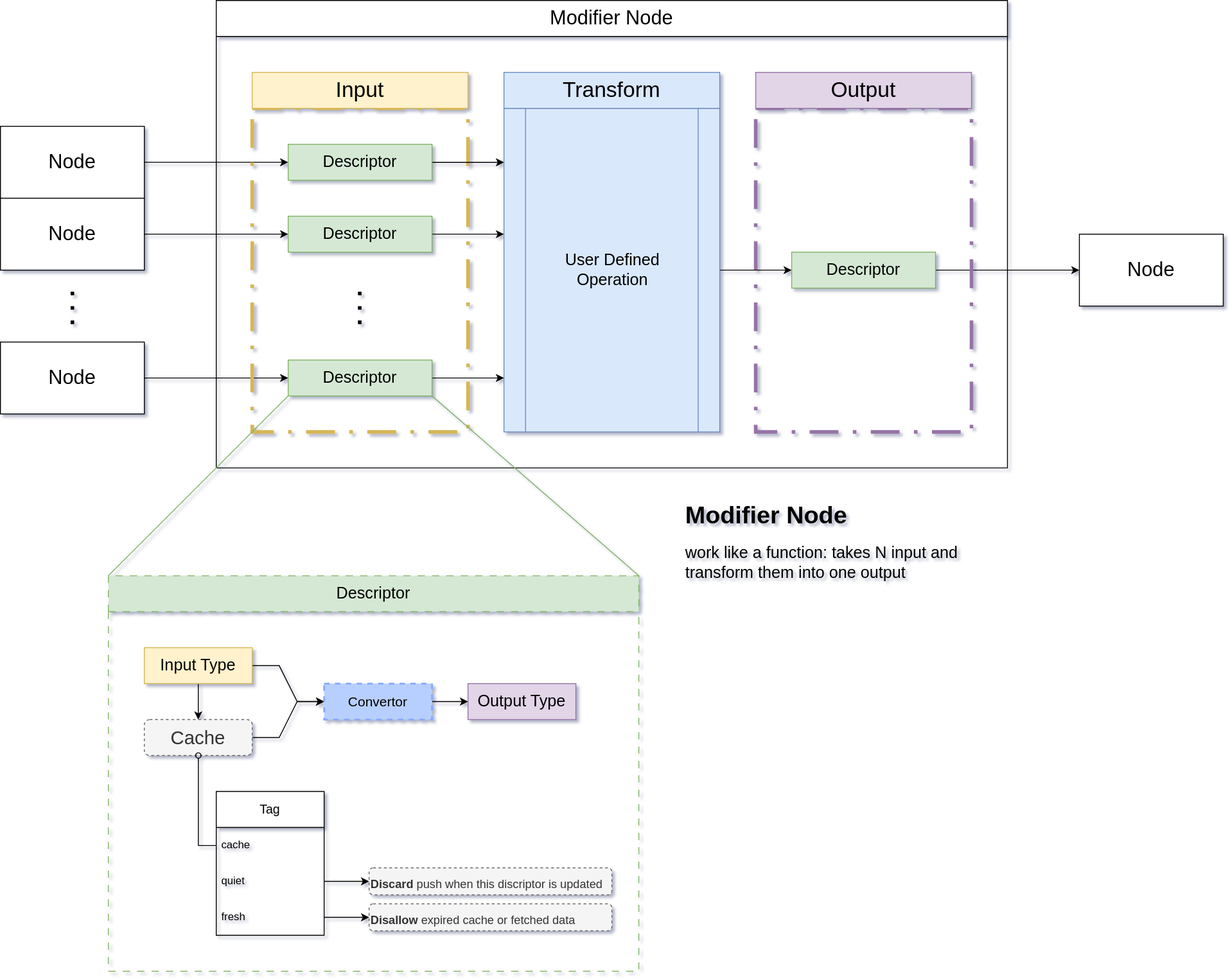
Yuria-Shikibe/mo_yanxi_react_flow keeps this draw.io diagram as properties/modifier.drawio.svg. Above is the earlier version. Source tidied: cells renumbered, new cells last; positions are measured from the earlier drawing's top-left corner, leaving out a move shared by most shapes.
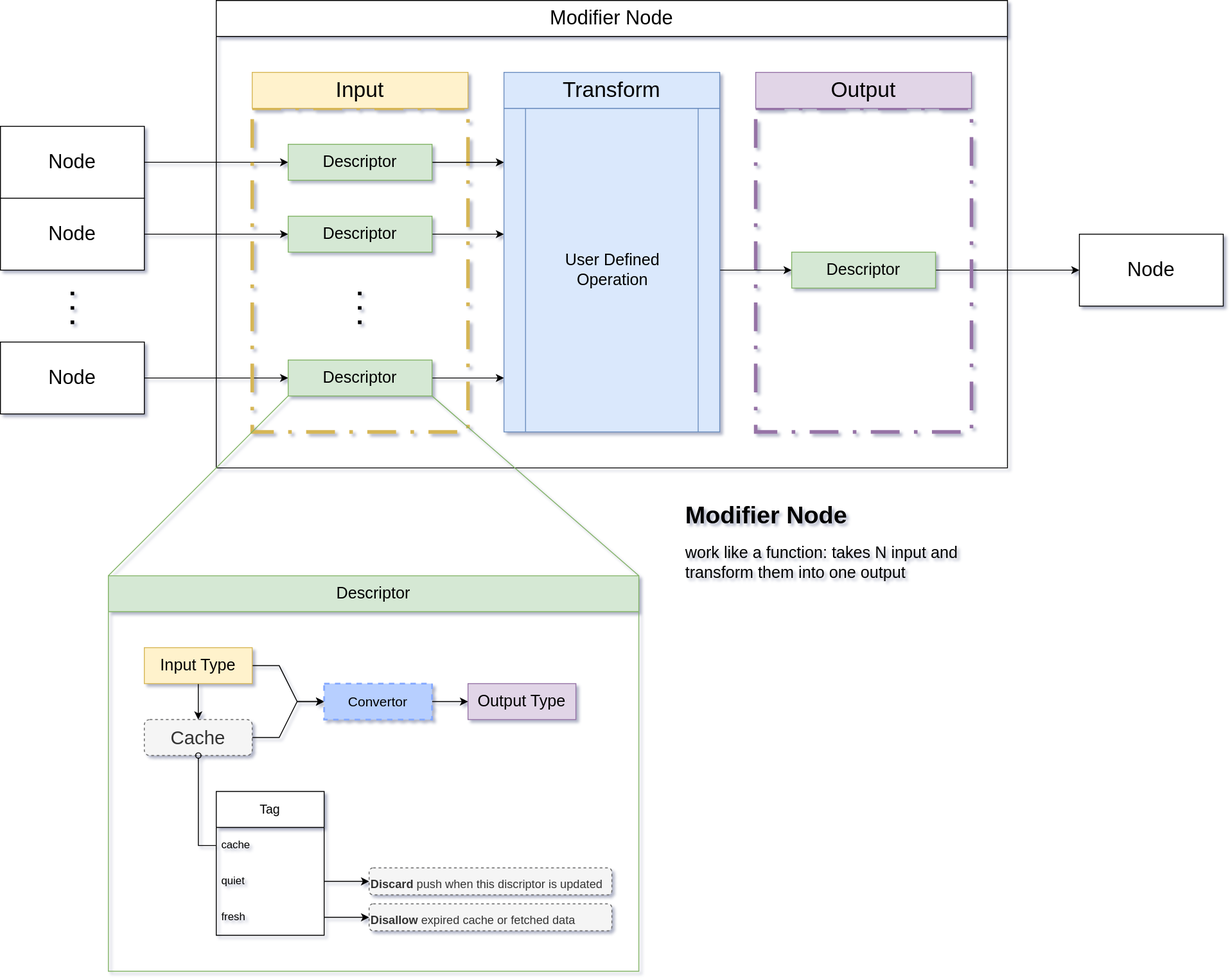
After the change.

Change to the diagram source:
```diff
@@ -2,7 +2,7 @@
   <root>
     <mxCell id="0" />
     <mxCell id="1" parent="0" />
-    <mxCell id="2" value="&lt;span style=&quot;font-size: 18px; font-weight: 400;&quot;&gt;Descriptor&lt;/span&gt;" style="swimlane;whiteSpace=wrap;html=1;fillColor=#d5e8d4;strokeColor=#82b366;startSize=40;dashed=1;dashPattern=8 8;" parent="1" vertex="1">
+    <mxCell id="2" value="&lt;span style=&quot;font-size: 18px; font-weight: 400;&quot;&gt;Descriptor&lt;/span&gt;" style="swimlane;whiteSpace=wrap;html=1;fillColor=#D5E8D4;strokeColor=#82b366;startSize=40;fillStyle=auto;gradientColor=none;swimlaneFillColor=none;" parent="1" vertex="1">
       <mxGeometry x="120" y="640" width="590" height="440" as="geometry" />
     </mxCell>
     <mxCell id="3" style="edgeStyle=orthogonalEdgeStyle;rounded=0;jettySize=auto;html=1;" parent="2" edge="1" source="5" target="8">
```
